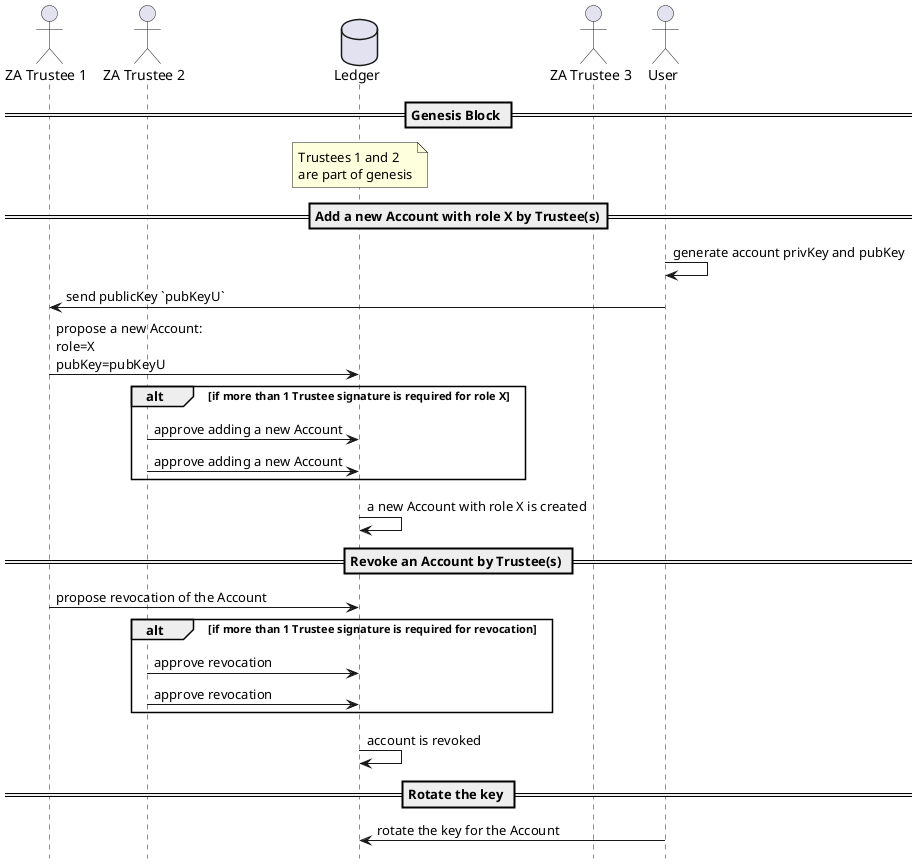
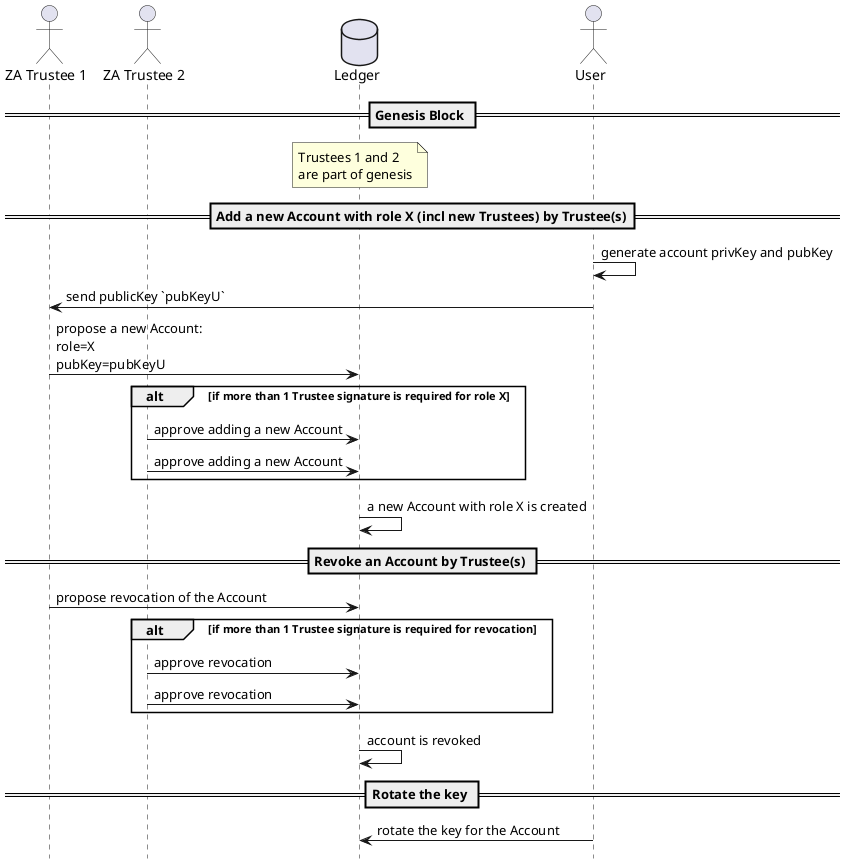
@startuml
!pragma teoz true
hide footbox

actor "ZA Trustee 1" as T1
actor "ZA Trustee 2" as T2
database Ledger as L
- actor "ZA Trustee 3" as T3
actor User as U


== Genesis Block ==
note over L
Trustees 1 and 2
are part of genesis
end note

- == Add a new Account with role X by Trustee(s)==
+ == Add a new Account with role X (incl new Trustees) by Trustee(s)==
U -> U: generate account privKey and pubKey

U -> T1: send publicKey `pubKeyU`
T1 -> L: propose a new Account:\nrole=X\npubKey=pubKeyU

alt if more than 1 Trustee signature is required for role X
    T2 -> L: approve adding a new Account
    T2 -> L: approve adding a new Account
end alt

L -> L: a new Account with role X is created

== Revoke an Account by Trustee(s) ==
T1 -> L: propose revocation of the Account

alt if more than 1 Trustee signature is required for revocation
    T2 -> L: approve revocation
    T2 -> L: approve revocation
end alt

L -> L: account is revoked

== Rotate the key ==

U -> L: rotate the key for the Account

@enduml